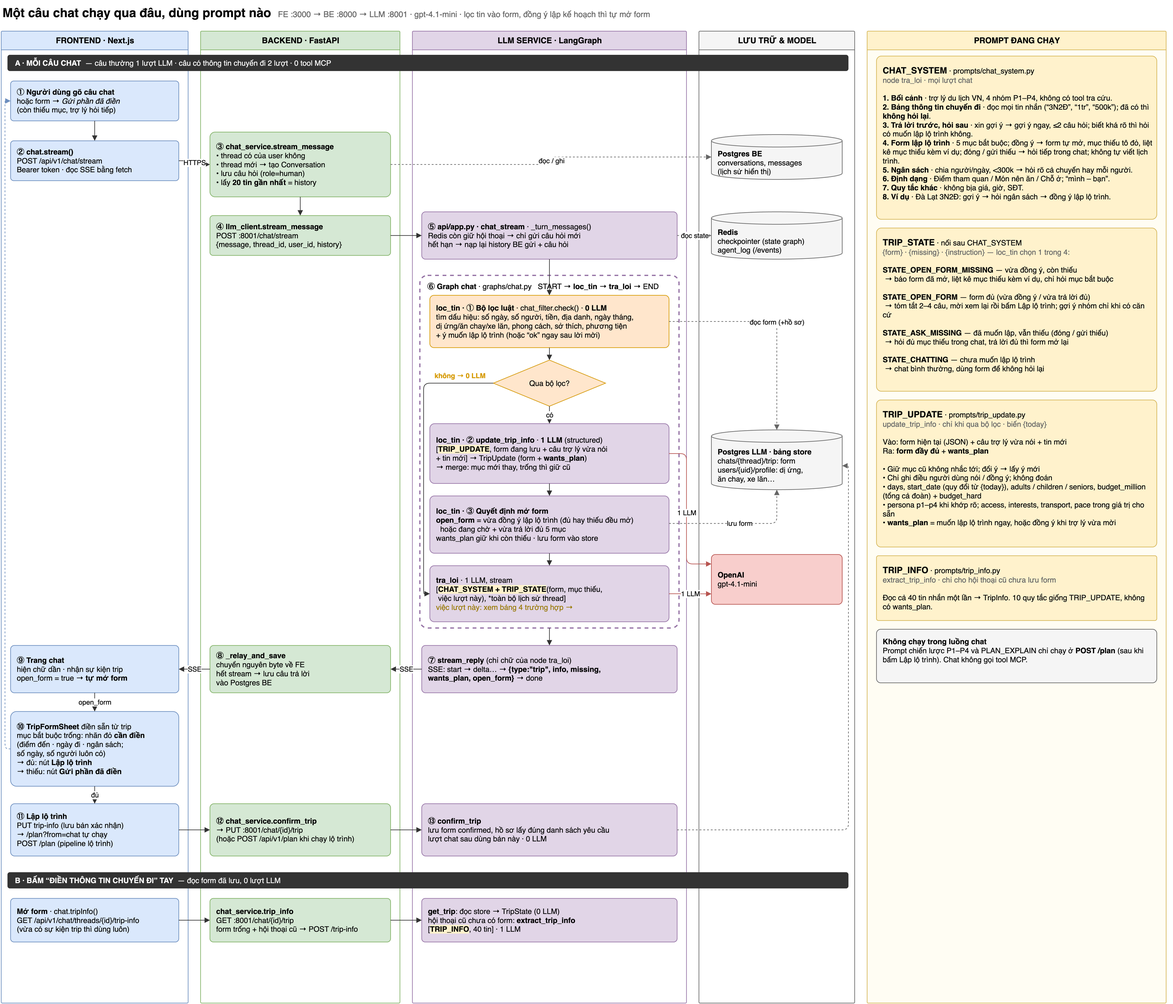
thuphamfintechtai/ailusion-journey-llm keeps this draw.io diagram as docs/chat-pipeline.drawio.png. Above is the earlier version. Source tidied: cells renumbered, new cells last; positions are measured from the earlier drawing's top-left corner, leaving out a move shared by most shapes.
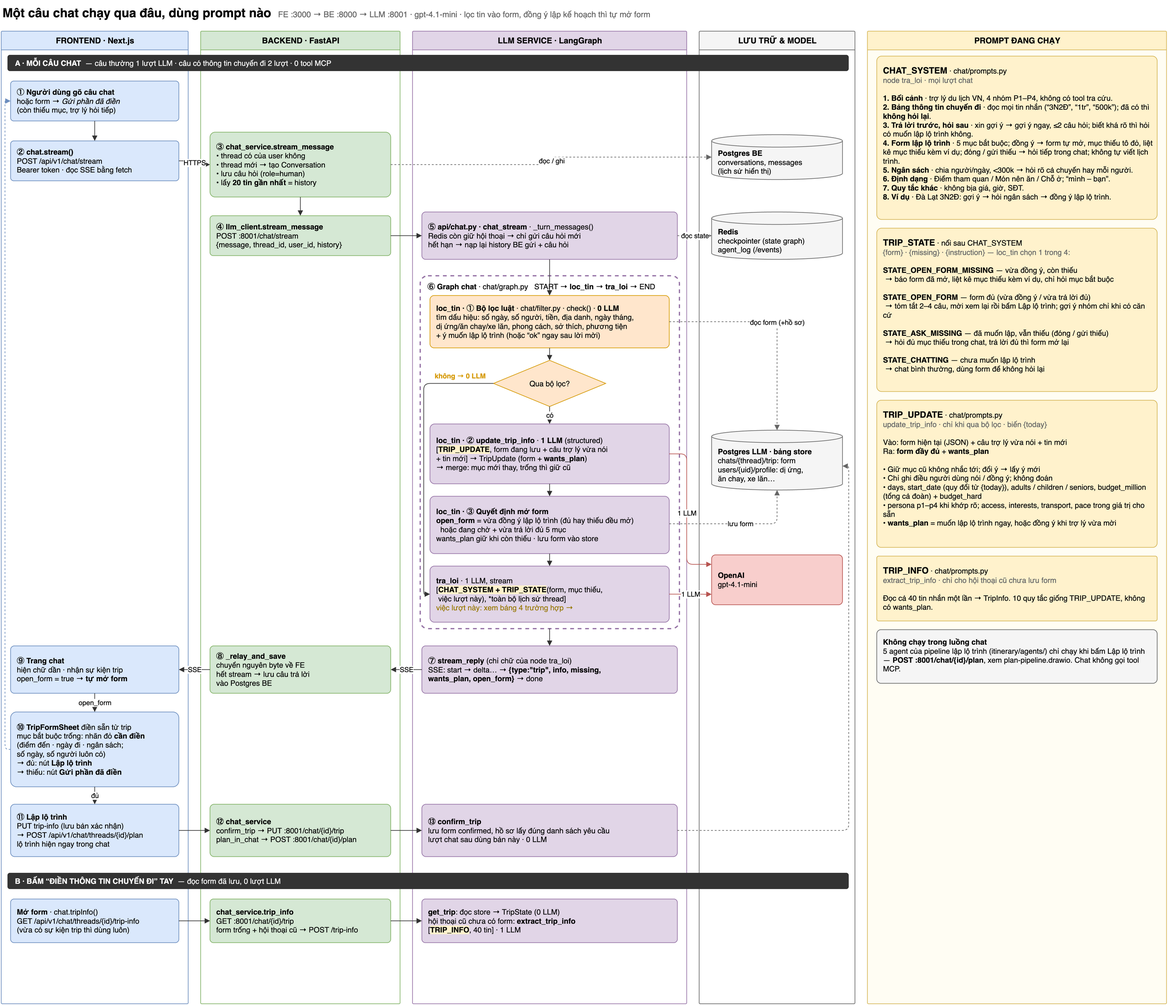
Later version of the same file.

Commit message:
Cập nhật tài liệu theo cấu trúc mới: sơ đồ pipeline lập lộ trình 5 làn, sơ đồ chat

Diff of the diagram source:
```diff
@@ -35,7 +35,7 @@
     <mxCell id="12" value="&lt;b&gt;④ llm_client.stream_message&lt;/b&gt;&lt;br&gt;POST :8001/chat/stream&lt;br&gt;{message, thread_id, user_id, history}" style="rounded=1;arcSize=8;whiteSpace=wrap;html=1;fillColor=#d5e8d4;strokeColor=#82b366;fontSize=12;align=left;spacingLeft=8;spacingRight=6;verticalAlign=middle;" parent="1" vertex="1">
       <mxGeometry x="335" y="346" width="290" height="64" as="geometry" />
     </mxCell>
-    <mxCell id="13" value="&lt;b&gt;⑤ api/app.py · chat_stream&lt;/b&gt; · _turn_messages()&lt;br&gt;Redis còn giữ hội thoại → chỉ gửi câu hỏi mới&lt;br&gt;hết hạn → nạp lại history BE gửi + câu hỏi" style="rounded=1;arcSize=8;whiteSpace=wrap;html=1;fillColor=#e1d5e7;strokeColor=#9673a6;fontSize=12;align=left;spacingLeft=8;spacingRight=6;verticalAlign=middle;" parent="1" vertex="1">
+    <mxCell id="13" value="&lt;b&gt;⑤ api/chat.py · chat_stream&lt;/b&gt; · _turn_messages()&lt;br&gt;Redis còn giữ hội thoại → chỉ gửi câu hỏi mới&lt;br&gt;hết hạn → nạp lại history BE gửi + câu hỏi" style="rounded=1;arcSize=8;whiteSpace=wrap;html=1;fillColor=#e1d5e7;strokeColor=#9673a6;fontSize=12;align=left;spacingLeft=8;spacingRight=6;verticalAlign=middle;" parent="1" vertex="1">
       <mxGeometry x="675" y="340" width="410" height="76" as="geometry" />
     </mxCell>
     <mxCell id="14" value="&lt;b&gt;Redis&lt;/b&gt;&lt;br&gt;checkpointer (state graph)&lt;br&gt;agent_log (/events)" style="rounded=1;arcSize=8;whiteSpace=wrap;html=1;fillColor=#f5f5f5;strokeColor=#666666;fontSize=12;align=left;spacingLeft=8;spacingRight=6;verticalAlign=middle;shape=cylinder3;boundedLbl=1;size=10;" parent="1" vertex="1">
@@ -44,10 +44,10 @@
     <mxCell id="15" style="rounded=1;html=1;dashed=1;fillColor=none;strokeColor=#9673a6;strokeWidth=2;arcSize=3;" parent="1" vertex="1">
       <mxGeometry x="672" y="442" width="416" height="566" as="geometry" />
     </mxCell>
-    <mxCell id="16" value="&lt;b&gt;⑥ Graph chat&lt;/b&gt; · graphs/chat.py &amp;nbsp; START → &lt;b&gt;loc_tin&lt;/b&gt; → &lt;b&gt;tra_loi&lt;/b&gt; → END" style="text;html=1;fontSize=12;align=left;" parent="1" vertex="1">
+    <mxCell id="16" value="&lt;b&gt;⑥ Graph chat&lt;/b&gt; · chat/graph.py &amp;nbsp; START → &lt;b&gt;loc_tin&lt;/b&gt; → &lt;b&gt;tra_loi&lt;/b&gt; → END" style="text;html=1;fontSize=12;align=left;" parent="1" vertex="1">
       <mxGeometry x="682" y="446" width="400" height="22" as="geometry" />
     </mxCell>
-    <mxCell id="17" value="&lt;b&gt;loc_tin · ① Bộ lọc luật&lt;/b&gt; · chat_filter.check() · &lt;b&gt;0 LLM&lt;/b&gt;&lt;br&gt;tìm dấu hiệu: số ngày, số người, tiền, địa danh, ngày tháng,&lt;br&gt;dị ứng/ăn chay/xe lăn, phong cách, sở thích, phương tiện&lt;br&gt;+ ý muốn lập lộ trình (hoặc “ok” ngay sau lời mời)" style="rounded=1;arcSize=8;whiteSpace=wrap;html=1;fillColor=#ffe6cc;strokeColor=#d79b00;fontSize=12;align=left;spacingLeft=8;spacingRight=6;verticalAlign=middle;" parent="1" vertex="1">
+    <mxCell id="17" value="&lt;b&gt;loc_tin · ① Bộ lọc luật&lt;/b&gt; · chat/filter.py · check() · &lt;b&gt;0 LLM&lt;/b&gt;&lt;br&gt;tìm dấu hiệu: số ngày, số người, tiền, địa danh, ngày tháng,&lt;br&gt;dị ứng/ăn chay/xe lăn, phong cách, sở thích, phương tiện&lt;br&gt;+ ý muốn lập lộ trình (hoặc “ok” ngay sau lời mời)" style="rounded=1;arcSize=8;whiteSpace=wrap;html=1;fillColor=#ffe6cc;strokeColor=#d79b00;fontSize=12;align=left;spacingLeft=8;spacingRight=6;verticalAlign=middle;" parent="1" vertex="1">
       <mxGeometry x="688" y="474" width="384" height="84" as="geometry" />
     </mxCell>
     <mxCell id="18" value="Qua bộ lọc?" style="rhombus;whiteSpace=wrap;html=1;fillColor=#ffe6cc;strokeColor=#d79b00;fontSize=12;" parent="1" vertex="1">
@@ -80,10 +80,10 @@
     <mxCell id="27" value="&lt;b&gt;⑩ TripFormSheet&lt;/b&gt; điền sẵn từ trip&lt;br&gt;mục bắt buộc trống: nhãn đỏ &lt;b&gt;cần điền&lt;/b&gt;&lt;br&gt;(điểm đến · ngày đi · ngân sách;&lt;br&gt;số ngày, số người luôn có)&lt;br&gt;→ đủ: nút &lt;b&gt;Lập lộ trình&lt;/b&gt;&lt;br&gt;→ thiếu: nút &lt;b&gt;Gửi phần đã điền&lt;/b&gt;" style="rounded=1;arcSize=8;whiteSpace=wrap;html=1;fillColor=#dae8fc;strokeColor=#6c8ebf;fontSize=12;align=left;spacingLeft=8;spacingRight=6;verticalAlign=middle;" parent="1" vertex="1">
       <mxGeometry x="15" y="1142" width="270" height="120" as="geometry" />
     </mxCell>
-    <mxCell id="28" value="&lt;b&gt;⑪ Lập lộ trình&lt;/b&gt;&lt;br&gt;PUT trip-info (lưu bản xác nhận)&lt;br&gt;→ /plan?from=chat tự chạy&lt;br&gt;POST /plan (pipeline lộ trình)" style="rounded=1;arcSize=8;whiteSpace=wrap;html=1;fillColor=#dae8fc;strokeColor=#6c8ebf;fontSize=12;align=left;spacingLeft=8;spacingRight=6;verticalAlign=middle;" parent="1" vertex="1">
+    <mxCell id="28" value="&lt;b&gt;⑪ Lập lộ trình&lt;/b&gt;&lt;br&gt;PUT trip-info (lưu bản xác nhận)&lt;br&gt;→ POST /api/v1/chat/threads/{id}/plan&lt;br&gt;lộ trình hiện ngay trong chat" style="rounded=1;arcSize=8;whiteSpace=wrap;html=1;fillColor=#dae8fc;strokeColor=#6c8ebf;fontSize=12;align=left;spacingLeft=8;spacingRight=6;verticalAlign=middle;" parent="1" vertex="1">
       <mxGeometry x="15" y="1290" width="270" height="84" as="geometry" />
     </mxCell>
-    <mxCell id="29" value="&lt;b&gt;⑫ chat_service.confirm_trip&lt;/b&gt;&lt;br&gt;→ PUT :8001/chat/{id}/trip&lt;br&gt;(hoặc POST /api/v1/plan khi chạy lộ trình)" style="rounded=1;arcSize=8;whiteSpace=wrap;html=1;fillColor=#d5e8d4;strokeColor=#82b366;fontSize=12;align=left;spacingLeft=8;spacingRight=6;verticalAlign=middle;" parent="1" vertex="1">
+    <mxCell id="29" value="&lt;b&gt;⑫ chat_service&lt;/b&gt;&lt;br&gt;confirm_trip → PUT :8001/chat/{id}/trip&lt;br&gt;plan_in_chat → POST :8001/chat/{id}/plan" style="rounded=1;arcSize=8;whiteSpace=wrap;html=1;fillColor=#d5e8d4;strokeColor=#82b366;fontSize=12;align=left;spacingLeft=8;spacingRight=6;verticalAlign=middle;" parent="1" vertex="1">
       <mxGeometry x="335" y="1290" width="290" height="84" as="geometry" />
     </mxCell>
     <mxCell id="30" value="&lt;b&gt;⑬ confirm_trip&lt;/b&gt;&lt;br&gt;lưu form confirmed, hồ sơ lấy đúng danh sách yêu cầu&lt;br&gt;lượt chat sau dùng bản này · 0 LLM" style="rounded=1;arcSize=8;whiteSpace=wrap;html=1;fillColor=#e1d5e7;strokeColor=#9673a6;fontSize=12;align=left;spacingLeft=8;spacingRight=6;verticalAlign=middle;" parent="1" vertex="1">
@@ -216,19 +216,19 @@
     <mxCell id="63" value="&lt;b&gt;PROMPT ĐANG CHẠY&lt;/b&gt;" style="swimlane;html=1;startSize=30;fillColor=#fff2cc;strokeColor=#d6b656;swimlaneFillColor=#fffdf3;fontSize=13;rounded=1;arcSize=2;" parent="1" vertex="1">
       <mxGeometry x="1390" y="50" width="480" height="1560" as="geometry" />
     </mxCell>
-    <mxCell id="64" value="&lt;b&gt;&lt;font style='font-size:14px'&gt;CHAT_SYSTEM&lt;/font&gt;&lt;/b&gt; · prompts/chat_system.py&lt;br&gt;&lt;font color='#666'&gt;node tra_loi · mọi lượt chat&lt;/font&gt;&lt;br&gt;&lt;br&gt;&lt;b&gt;1. Bối cảnh&lt;/b&gt; · trợ lý du lịch VN, 4 nhóm P1–P4, không có tool tra cứu.&lt;br&gt;&lt;b&gt;2. Bảng thông tin chuyến đi&lt;/b&gt; · đọc mọi tin nhắn (“3N2Đ”, “1tr”, “500k”); đã có thì &lt;b&gt;không hỏi lại&lt;/b&gt;.&lt;br&gt;&lt;b&gt;3. Trả lời trước, hỏi sau&lt;/b&gt; · xin gợi ý → gợi ý ngay, ≤2 câu hỏi; biết khá rõ thì hỏi có muốn lập lộ trình không.&lt;br&gt;&lt;b&gt;4. Form lập lộ trình&lt;/b&gt; · 5 mục bắt buộc; đồng ý → form tự mở, mục thiếu tô đỏ, liệt kê mục thiếu kèm ví dụ; đóng / gửi thiếu → hỏi tiếp trong chat; không tự viết lịch trình.&lt;br&gt;&lt;b&gt;5. Ngân sách&lt;/b&gt; · chia người/ngày, &amp;lt;300k → hỏi rõ cả chuyến hay mỗi người.&lt;br&gt;&lt;b&gt;6. Định dạng&lt;/b&gt; · Điểm tham quan / Món nên ăn / Chỗ ở; “mình – bạn”.&lt;br&gt;&lt;b&gt;7. Quy tắc khác&lt;/b&gt; · không bịa giá, giờ, SĐT.&lt;br&gt;&lt;b&gt;8. Ví dụ&lt;/b&gt; · Đà Lạt 3N2Đ: gợi ý → hỏi ngân sách → đồng ý lập lộ trình." style="rounded=1;arcSize=8;whiteSpace=wrap;html=1;fillColor=#fff2cc;strokeColor=#d6b656;fontSize=12;align=left;spacingLeft=8;spacingRight=6;verticalAlign=middle;verticalAlign=top;spacingTop=8;arcSize=3;" parent="1" vertex="1">
+    <mxCell id="64" value="&lt;b&gt;&lt;font style='font-size:14px'&gt;CHAT_SYSTEM&lt;/font&gt;&lt;/b&gt; · chat/prompts.py&lt;br&gt;&lt;font color='#666'&gt;node tra_loi · mọi lượt chat&lt;/font&gt;&lt;br&gt;&lt;br&gt;&lt;b&gt;1. Bối cảnh&lt;/b&gt; · trợ lý du lịch VN, 4 nhóm P1–P4, không có tool tra cứu.&lt;br&gt;&lt;b&gt;2. Bảng thông tin chuyến đi&lt;/b&gt; · đọc mọi tin nhắn (“3N2Đ”, “1tr”, “500k”); đã có thì &lt;b&gt;không hỏi lại&lt;/b&gt;.&lt;br&gt;&lt;b&gt;3. Trả lời trước, hỏi sau&lt;/b&gt; · xin gợi ý → gợi ý ngay, ≤2 câu hỏi; biết khá rõ thì hỏi có muốn lập lộ trình không.&lt;br&gt;&lt;b&gt;4. Form lập lộ trình&lt;/b&gt; · 5 mục bắt buộc; đồng ý → form tự mở, mục thiếu tô đỏ, liệt kê mục thiếu kèm ví dụ; đóng / gửi thiếu → hỏi tiếp trong chat; không tự viết lịch trình.&lt;br&gt;&lt;b&gt;5. Ngân sách&lt;/b&gt; · chia người/ngày, &amp;lt;300k → hỏi rõ cả chuyến hay mỗi người.&lt;br&gt;&lt;b&gt;6. Định dạng&lt;/b&gt; · Điểm tham quan / Món nên ăn / Chỗ ở; “mình – bạn”.&lt;br&gt;&lt;b&gt;7. Quy tắc khác&lt;/b&gt; · không bịa giá, giờ, SĐT.&lt;br&gt;&lt;b&gt;8. Ví dụ&lt;/b&gt; · Đà Lạt 3N2Đ: gợi ý → hỏi ngân sách → đồng ý lập lộ trình." style="rounded=1;arcSize=8;whiteSpace=wrap;html=1;fillColor=#fff2cc;strokeColor=#d6b656;fontSize=12;align=left;spacingLeft=8;spacingRight=6;verticalAlign=middle;verticalAlign=top;spacingTop=8;arcSize=3;" parent="1" vertex="1">
       <mxGeometry x="1405" y="90" width="450" height="262" as="geometry" />
     </mxCell>
     <mxCell id="65" value="&lt;b&gt;&lt;font style='font-size:14px'&gt;TRIP_STATE&lt;/font&gt;&lt;/b&gt; · nối sau CHAT_SYSTEM&lt;br&gt;&lt;font color='#666'&gt;{form} · {missing} · {instruction} — loc_tin chọn 1 trong 4:&lt;/font&gt;&lt;br&gt;&lt;br&gt;&lt;b&gt;STATE_OPEN_FORM_MISSING&lt;/b&gt; — vừa đồng ý, còn thiếu&lt;br&gt;&amp;nbsp;→ báo form đã mở, liệt kê mục thiếu kèm ví dụ, chỉ hỏi mục bắt buộc&lt;br&gt;&lt;br&gt;&lt;b&gt;STATE_OPEN_FORM&lt;/b&gt; — form đủ (vừa đồng ý / vừa trả lời đủ)&lt;br&gt;&amp;nbsp;→ tóm tắt 2–4 câu, mời xem lại rồi bấm Lập lộ trình; gợi ý nhóm chỉ khi có căn cứ&lt;br&gt;&lt;br&gt;&lt;b&gt;STATE_ASK_MISSING&lt;/b&gt; — đã muốn lập, vẫn thiếu (đóng / gửi thiếu)&lt;br&gt;&amp;nbsp;→ hỏi đủ mục thiếu trong chat, trả lời đủ thì form mở lại&lt;br&gt;&lt;br&gt;&lt;b&gt;STATE_CHATTING&lt;/b&gt; — chưa muốn lập lộ trình&lt;br&gt;&amp;nbsp;→ chat bình thường, dùng form để không hỏi lại" style="rounded=1;arcSize=8;whiteSpace=wrap;html=1;fillColor=#fff2cc;strokeColor=#d6b656;fontSize=12;align=left;spacingLeft=8;spacingRight=6;verticalAlign=middle;verticalAlign=top;spacingTop=8;arcSize=3;" parent="1" vertex="1">
       <mxGeometry x="1405" y="366" width="450" height="262" as="geometry" />
     </mxCell>
-    <mxCell id="66" value="&lt;b&gt;&lt;font style='font-size:14px'&gt;TRIP_UPDATE&lt;/font&gt;&lt;/b&gt; · prompts/trip_update.py&lt;br&gt;&lt;font color='#666'&gt;update_trip_info · chỉ khi qua bộ lọc · biến {today}&lt;/font&gt;&lt;br&gt;&lt;br&gt;Vào: form hiện tại (JSON) + câu trợ lý vừa nói + tin mới&lt;br&gt;Ra: &lt;b&gt;form đầy đủ&lt;/b&gt; + &lt;b&gt;wants_plan&lt;/b&gt;&lt;br&gt;&lt;br&gt;• Giữ mục cũ không nhắc tới; đổi ý → lấy ý mới&lt;br&gt;• Chỉ ghi điều người dùng nói / đồng ý; không đoán&lt;br&gt;• days, start_date (quy đổi từ {today}), adults / children / seniors, budget_million (tổng cả đoàn) + budget_hard&lt;br&gt;• persona p1–p4 khi khớp rõ; access, interests, transport, pace trong giá trị cho sẵn&lt;br&gt;• &lt;b&gt;wants_plan&lt;/b&gt; = muốn lập lộ trình ngay, hoặc đồng ý khi trợ lý vừa mời" style="rounded=1;arcSize=8;whiteSpace=wrap;html=1;fillColor=#fff2cc;strokeColor=#d6b656;fontSize=12;align=left;spacingLeft=8;spacingRight=6;verticalAlign=middle;verticalAlign=top;spacingTop=8;arcSize=3;" parent="1" vertex="1">
+    <mxCell id="66" value="&lt;b&gt;&lt;font style='font-size:14px'&gt;TRIP_UPDATE&lt;/font&gt;&lt;/b&gt; · chat/prompts.py&lt;br&gt;&lt;font color='#666'&gt;update_trip_info · chỉ khi qua bộ lọc · biến {today}&lt;/font&gt;&lt;br&gt;&lt;br&gt;Vào: form hiện tại (JSON) + câu trợ lý vừa nói + tin mới&lt;br&gt;Ra: &lt;b&gt;form đầy đủ&lt;/b&gt; + &lt;b&gt;wants_plan&lt;/b&gt;&lt;br&gt;&lt;br&gt;• Giữ mục cũ không nhắc tới; đổi ý → lấy ý mới&lt;br&gt;• Chỉ ghi điều người dùng nói / đồng ý; không đoán&lt;br&gt;• days, start_date (quy đổi từ {today}), adults / children / seniors, budget_million (tổng cả đoàn) + budget_hard&lt;br&gt;• persona p1–p4 khi khớp rõ; access, interests, transport, pace trong giá trị cho sẵn&lt;br&gt;• &lt;b&gt;wants_plan&lt;/b&gt; = muốn lập lộ trình ngay, hoặc đồng ý khi trợ lý vừa mời" style="rounded=1;arcSize=8;whiteSpace=wrap;html=1;fillColor=#fff2cc;strokeColor=#d6b656;fontSize=12;align=left;spacingLeft=8;spacingRight=6;verticalAlign=middle;verticalAlign=top;spacingTop=8;arcSize=3;" parent="1" vertex="1">
       <mxGeometry x="1405" y="642" width="450" height="236" as="geometry" />
     </mxCell>
-    <mxCell id="67" value="&lt;b&gt;&lt;font style='font-size:14px'&gt;TRIP_INFO&lt;/font&gt;&lt;/b&gt; · prompts/trip_info.py&lt;br&gt;&lt;font color='#666'&gt;extract_trip_info · chỉ cho hội thoại cũ chưa lưu form&lt;/font&gt;&lt;br&gt;&lt;br&gt;Đọc cả 40 tin nhắn một lần → TripInfo. 10 quy tắc giống TRIP_UPDATE, không có wants_plan." style="rounded=1;arcSize=8;whiteSpace=wrap;html=1;fillColor=#fff2cc;strokeColor=#d6b656;fontSize=12;align=left;spacingLeft=8;spacingRight=6;verticalAlign=middle;verticalAlign=top;spacingTop=8;arcSize=3;" parent="1" vertex="1">
+    <mxCell id="67" value="&lt;b&gt;&lt;font style='font-size:14px'&gt;TRIP_INFO&lt;/font&gt;&lt;/b&gt; · chat/prompts.py&lt;br&gt;&lt;font color='#666'&gt;extract_trip_info · chỉ cho hội thoại cũ chưa lưu form&lt;/font&gt;&lt;br&gt;&lt;br&gt;Đọc cả 40 tin nhắn một lần → TripInfo. 10 quy tắc giống TRIP_UPDATE, không có wants_plan." style="rounded=1;arcSize=8;whiteSpace=wrap;html=1;fillColor=#fff2cc;strokeColor=#d6b656;fontSize=12;align=left;spacingLeft=8;spacingRight=6;verticalAlign=middle;verticalAlign=top;spacingTop=8;arcSize=3;" parent="1" vertex="1">
       <mxGeometry x="1405" y="892" width="450" height="104" as="geometry" />
     </mxCell>
-    <mxCell id="68" value="&lt;b&gt;Không chạy trong luồng chat&lt;/b&gt;&lt;br&gt;Prompt chiến lược P1–P4 và PLAN_EXPLAIN chỉ chạy ở &lt;b&gt;POST /plan&lt;/b&gt; (sau khi bấm Lập lộ trình). Chat không gọi tool MCP." style="rounded=1;arcSize=8;whiteSpace=wrap;html=1;fillColor=#f5f5f5;strokeColor=#666666;fontSize=12;align=left;spacingLeft=8;spacingRight=6;verticalAlign=middle;verticalAlign=top;spacingTop=6;" parent="1" vertex="1">
+    <mxCell id="68" value="&lt;b&gt;Không chạy trong luồng chat&lt;/b&gt;&lt;br&gt;5 agent của pipeline lập lộ trình (itinerary/agents/) chỉ chạy khi bấm Lập lộ trình — &lt;b&gt;POST :8001/chat/{id}/plan&lt;/b&gt;, xem plan-pipeline.drawio. Chat không gọi tool MCP." style="rounded=1;arcSize=8;whiteSpace=wrap;html=1;fillColor=#f5f5f5;strokeColor=#666666;fontSize=12;align=left;spacingLeft=8;spacingRight=6;verticalAlign=middle;verticalAlign=top;spacingTop=6;" parent="1" vertex="1">
       <mxGeometry x="1405" y="1010" width="450" height="86" as="geometry" />
     </mxCell>
   </root>
```
